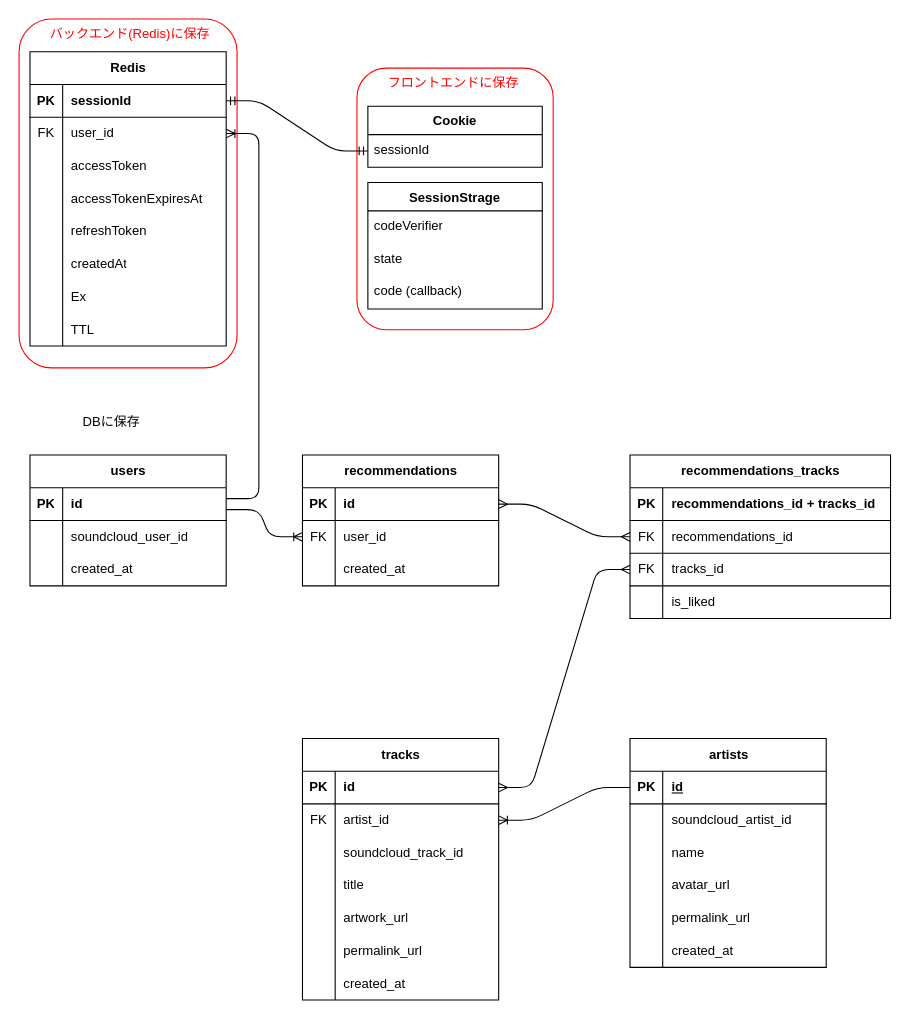
Before: docs/er-diagram.drawio in eito0518/digbeats-v3, a draw.io diagram. Source tidied: cells renumbered, new cells numbered last; positions are measured from the earlier drawing's top-left corner, leaving out a move shared by most shapes. Both pictures are drawn from the tidied source at 109%, with x=0, y=0 at pixel (19, 19).
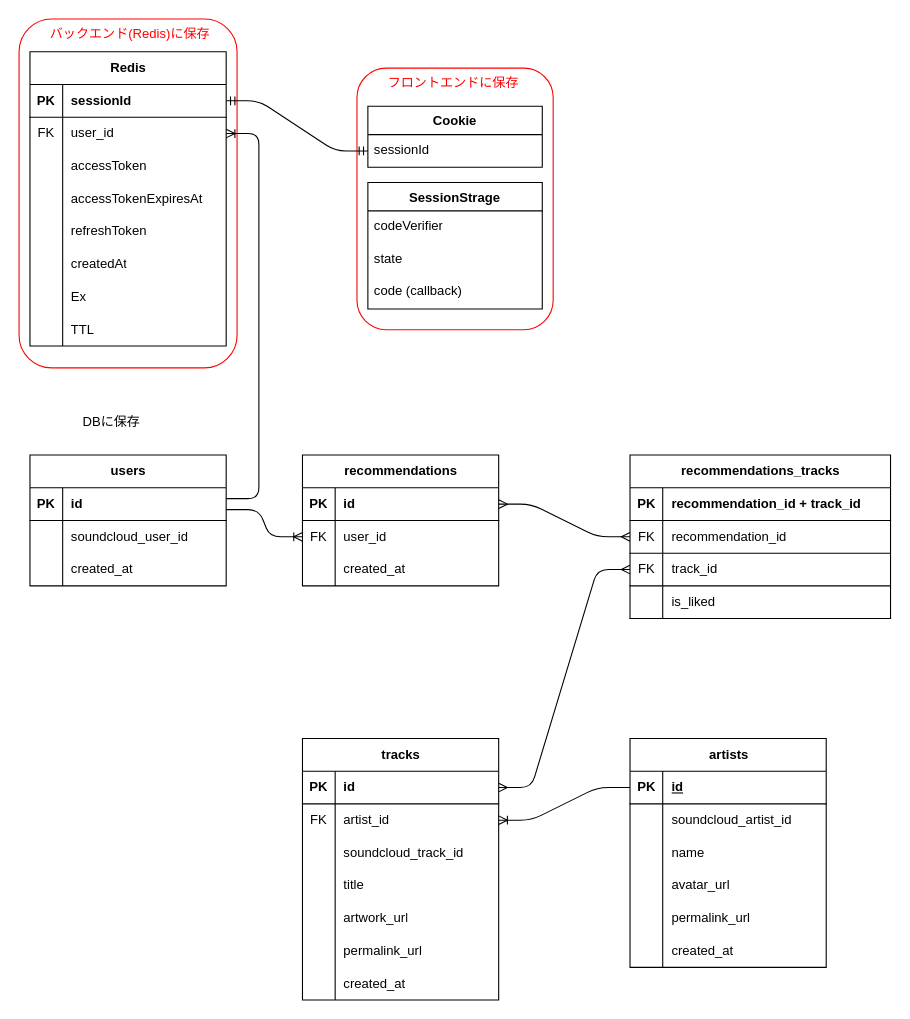
The same page after the edit.

The change refers to these unchanged cells:
```xml
<mxCell id="98" style="shape=tableRow;horizontal=0;startSize=0;swimlaneHead=0;swimlaneBody=0;fillColor=none;top=0;left=0;right=0;bottom=1;" parent="97" vertex="1">
  <mxGeometry y="30" width="239" height="30" as="geometry" />
</mxCell>
<mxCell id="101" style="shape=tableRow;horizontal=0;startSize=0;swimlaneHead=0;swimlaneBody=0;fillColor=none;points=[[0,0.5],[1,0.5]];portConstraint=eastwest;top=0;left=0;right=0;bottom=1;" parent="97" vertex="1">
  <mxGeometry y="60" width="239" height="30" as="geometry" />
</mxCell>
<mxCell id="104" style="shape=tableRow;horizontal=0;startSize=0;swimlaneHead=0;swimlaneBody=0;fillColor=none;points=[[0,0.5],[1,0.5]];portConstraint=eastwest;top=0;left=0;right=0;bottom=1;" parent="97" vertex="1">
  <mxGeometry y="90" width="239" height="30" as="geometry" />
</mxCell>
```

Change to the diagram source:
```diff
@@
-    <mxCell id="100" value="recommendations_id + tracks_id" style="shape=partialRectangle;fillColor=none;top=0;left=0;bottom=0;right=0;align=left;spacingLeft=6;fontStyle=1;overflow=hidden;whiteSpace=wrap;html=1;" parent="98" vertex="1">
+    <mxCell id="100" value="recommendation_id + track_id" style="shape=partialRectangle;fillColor=none;top=0;left=0;bottom=0;right=0;align=left;spacingLeft=6;fontStyle=1;overflow=hidden;whiteSpace=wrap;html=1;" parent="98" vertex="1">
       <mxGeometry x="30" width="209" height="30" as="geometry" />
     </mxCell>
@@
-    <mxCell id="103" value="&lt;span style=&quot;font-weight: 400;&quot;&gt;recommendations_id&lt;/span&gt;" style="shape=partialRectangle;fillColor=none;top=0;left=0;bottom=0;right=0;align=left;spacingLeft=6;fontStyle=1;overflow=hidden;whiteSpace=wrap;html=1;" parent="101" vertex="1">
+    <mxCell id="103" value="&lt;span style=&quot;font-weight: 400;&quot;&gt;recommendation_id&lt;/span&gt;" style="shape=partialRectangle;fillColor=none;top=0;left=0;bottom=0;right=0;align=left;spacingLeft=6;fontStyle=1;overflow=hidden;whiteSpace=wrap;html=1;" parent="101" vertex="1">
       <mxGeometry x="30" width="209" height="30" as="geometry" />
     </mxCell>
@@
-    <mxCell id="106" value="&lt;span style=&quot;font-weight: normal;&quot;&gt;tracks_id&lt;/span&gt;" style="shape=partialRectangle;fillColor=none;top=0;left=0;bottom=0;right=0;align=left;spacingLeft=6;fontStyle=1;overflow=hidden;whiteSpace=wrap;html=1;" parent="104" vertex="1">
+    <mxCell id="106" value="&lt;span style=&quot;font-weight: normal;&quot;&gt;track_id&lt;/span&gt;" style="shape=partialRectangle;fillColor=none;top=0;left=0;bottom=0;right=0;align=left;spacingLeft=6;fontStyle=1;overflow=hidden;whiteSpace=wrap;html=1;" parent="104" vertex="1">
       <mxGeometry x="30" width="209" height="30" as="geometry" />
     </mxCell>
```
